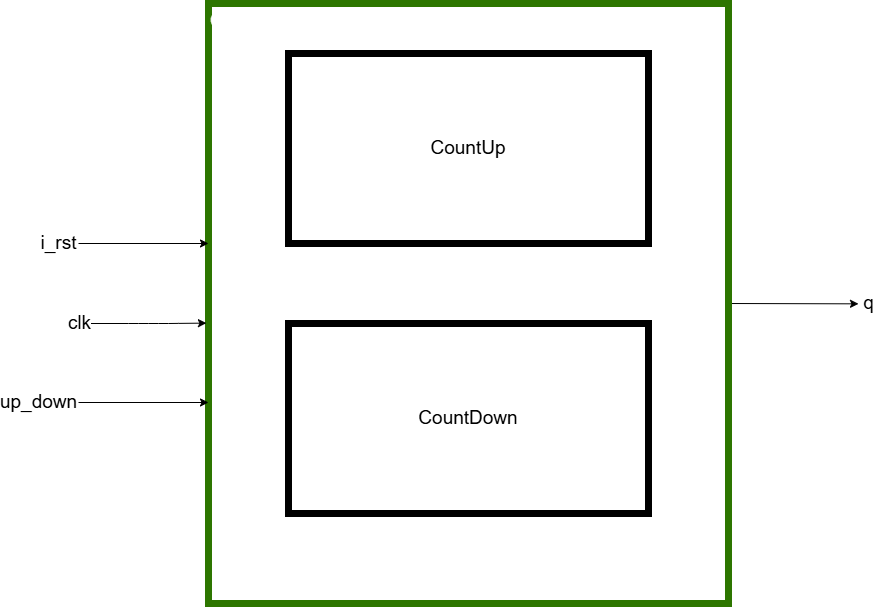
Earlier version of the draw.io export 1/img/架構圖.png (gordonpow/lab_hardware_test). Source tidied: cells renumbered, new cells last; positions are measured from the earlier drawing's top-left corner, leaving out a move shared by most shapes.
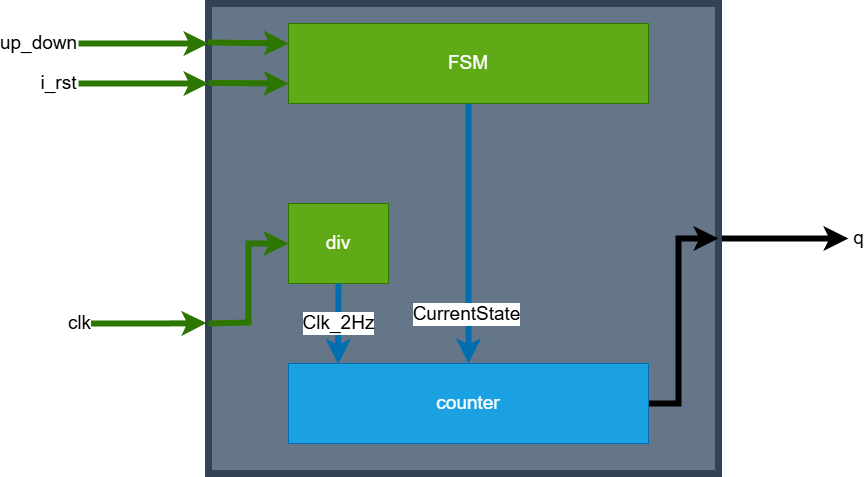
The same file after the commit.

Change to the diagram source:
```diff
@@ -2,25 +2,19 @@
   <root>
     <mxCell id="0" />
     <mxCell id="1" parent="0" />
-    <mxCell id="2" value="q" style="edgeStyle=none;html=1;exitX=1;exitY=0.5;exitDx=0;exitDy=0;fontSize=19;" parent="1" edge="1" source="3">
+    <mxCell id="2" value="q" style="edgeStyle=none;html=1;exitX=1;exitY=0.5;exitDx=0;exitDy=0;fontSize=19;strokeWidth=6;" parent="1" edge="1" source="3">
       <mxGeometry x="1" y="10" relative="1" as="geometry">
-        <mxPoint x="780" y="300.3" as="targetPoint" />
+        <mxPoint x="770" y="235" as="targetPoint" />
         <mxPoint x="10" y="10" as="offset" />
       </mxGeometry>
     </mxCell>
-    <mxCell id="3" value="Counter" style="rounded=0;whiteSpace=wrap;html=1;fillColor=none;fontColor=#ffffff;strokeColor=#2D7600;strokeWidth=7;align=left;horizontal=1;verticalAlign=top;fontSize=19;" parent="1" vertex="1">
-      <mxGeometry x="130" width="520" height="600" as="geometry" />
+    <mxCell id="3" style="rounded=0;whiteSpace=wrap;html=1;fillColor=#647687;strokeColor=#314354;strokeWidth=7;align=left;horizontal=1;verticalAlign=top;fontSize=19;fontColor=#ffffff;" parent="1" vertex="1">
+      <mxGeometry x="130" width="510" height="470" as="geometry" />
     </mxCell>
-    <mxCell id="4" value="CountUp" style="rounded=0;whiteSpace=wrap;html=1;strokeWidth=7;fontSize=19;fillColor=none;" parent="1" vertex="1">
-      <mxGeometry x="210" y="50" width="360" height="190" as="geometry" />
-    </mxCell>
-    <mxCell id="5" value="CountDown" style="rounded=0;whiteSpace=wrap;html=1;strokeWidth=7;fontSize=19;fillColor=none;" parent="1" vertex="1">
-      <mxGeometry x="210" y="320" width="360" height="190" as="geometry" />
-    </mxCell>
-    <mxCell id="6" style="endArrow=classic;html=1;fontSize=19;" parent="1" edge="1">
+    <mxCell id="6" style="endArrow=classic;html=1;fontSize=19;strokeWidth=6;fillColor=#60a917;strokeColor=#2D7600;" parent="1" edge="1">
       <mxGeometry relative="1" as="geometry">
-        <mxPoint y="240" as="sourcePoint" />
-        <mxPoint x="130" y="240" as="targetPoint" />
+        <mxPoint y="80" as="sourcePoint" />
+        <mxPoint x="130" y="80" as="targetPoint" />
       </mxGeometry>
     </mxCell>
     <mxCell id="7" value="i_rst" style="edgeLabel;html=1;align=center;verticalAlign=middle;fontSize=19;" parent="6" vertex="1">
@@ -28,10 +22,10 @@
         <mxPoint x="-106" y="-4" as="offset" />
       </mxGeometry>
     </mxCell>
-    <mxCell id="8" style="endArrow=classic;html=1;fontSize=19;" parent="1" edge="1">
+    <mxCell id="8" style="endArrow=classic;html=1;fontSize=19;strokeWidth=6;fillColor=#60a917;strokeColor=#2D7600;" parent="1" edge="1">
       <mxGeometry relative="1" as="geometry">
-        <mxPoint y="399" as="sourcePoint" />
-        <mxPoint x="130" y="399" as="targetPoint" />
+        <mxPoint y="40" as="sourcePoint" />
+        <mxPoint x="130" y="40" as="targetPoint" />
       </mxGeometry>
     </mxCell>
     <mxCell id="9" value="up_down" style="edgeLabel;html=1;align=center;verticalAlign=middle;fontSize=19;" parent="8" vertex="1">
@@ -39,7 +33,7 @@
         <mxPoint x="-126" y="-4" as="offset" />
       </mxGeometry>
     </mxCell>
-    <mxCell id="10" style="endArrow=classic;html=1;fontSize=19;entryX=-0.004;entryY=0.666;entryDx=0;entryDy=0;entryPerimeter=0;" parent="1" edge="1">
+    <mxCell id="10" style="endArrow=classic;html=1;fontSize=19;entryX=-0.004;entryY=0.666;entryDx=0;entryDy=0;entryPerimeter=0;strokeWidth=6;fillColor=#60a917;strokeColor=#2D7600;" parent="1" edge="1">
       <mxGeometry relative="1" as="geometry">
         <mxPoint x="10" y="320" as="sourcePoint" />
         <mxPoint x="127.9" y="319.6" as="targetPoint" />
@@ -54,5 +48,48 @@
         <mxPoint x="-92" as="offset" />
       </mxGeometry>
     </mxCell>
+    <mxCell id="12" style="edgeStyle=orthogonalEdgeStyle;rounded=0;html=1;exitX=0.5;exitY=1;exitDx=0;exitDy=0;fontSize=19;strokeWidth=6;fillColor=#1ba1e2;strokeColor=#006EAF;" parent="1" edge="1" source="14" target="17">
+      <mxGeometry relative="1" as="geometry" />
+    </mxCell>
+    <mxCell id="13" value="CurrentState" style="edgeLabel;html=1;align=center;verticalAlign=middle;fontSize=19;" parent="12" vertex="1">
+      <mxGeometry x="-0.26" y="-2" relative="1" as="geometry">
+        <mxPoint y="114" as="offset" />
+      </mxGeometry>
+    </mxCell>
+    <mxCell id="14" value="&lt;font style=&quot;font-size: 19px;&quot;&gt;FSM&lt;/font&gt;" style="rounded=0;whiteSpace=wrap;html=1;fillColor=#60a917;fontColor=#ffffff;strokeColor=#2D7600;" parent="1" vertex="1">
+      <mxGeometry x="210" y="20" width="360" height="80" as="geometry" />
+    </mxCell>
+    <mxCell id="15" value="&lt;font style=&quot;font-size: 19px;&quot;&gt;div&lt;/font&gt;" style="rounded=0;whiteSpace=wrap;html=1;fillColor=#60a917;fontColor=#ffffff;strokeColor=#2D7600;" parent="1" vertex="1">
+      <mxGeometry x="210" y="200" width="100" height="80" as="geometry" />
+    </mxCell>
+    <mxCell id="16" style="edgeStyle=orthogonalEdgeStyle;rounded=0;html=1;exitX=1;exitY=0.5;exitDx=0;exitDy=0;entryX=1;entryY=0.5;entryDx=0;entryDy=0;fontSize=19;strokeWidth=6;" parent="1" edge="1" source="17" target="3">
+      <mxGeometry relative="1" as="geometry">
+        <Array as="points">
+          <mxPoint x="600" y="400" />
+          <mxPoint x="600" y="235" />
+        </Array>
+      </mxGeometry>
+    </mxCell>
+    <mxCell id="17" value="&lt;font style=&quot;font-size: 19px;&quot;&gt;counter&lt;/font&gt;" style="rounded=0;whiteSpace=wrap;html=1;fillColor=#1ba1e2;fontColor=#ffffff;strokeColor=#006EAF;" parent="1" vertex="1">
+      <mxGeometry x="210" y="360" width="360" height="80" as="geometry" />
+    </mxCell>
+    <mxCell id="18" style="endArrow=classic;html=1;fontSize=19;entryX=0;entryY=0.5;entryDx=0;entryDy=0;edgeStyle=orthogonalEdgeStyle;rounded=0;strokeWidth=6;fillColor=#60a917;strokeColor=#2D7600;" parent="1" edge="1" target="15">
+      <mxGeometry relative="1" as="geometry">
+        <mxPoint x="130" y="320" as="sourcePoint" />
+        <Array as="points">
+          <mxPoint x="170" y="319" />
+          <mxPoint x="170" y="240" />
+        </Array>
+      </mxGeometry>
+    </mxCell>
+    <mxCell id="19" value="Clk_2Hz" style="endArrow=classic;html=1;rounded=0;fontSize=19;exitX=0.5;exitY=1;exitDx=0;exitDy=0;entryX=0.138;entryY=0.008;entryDx=0;entryDy=0;entryPerimeter=0;strokeWidth=6;fillColor=#1ba1e2;strokeColor=#006EAF;" parent="1" edge="1" source="15" target="17">
+      <mxGeometry relative="1" as="geometry" />
+    </mxCell>
+    <mxCell id="20" style="endArrow=classic;html=1;rounded=0;strokeWidth=6;fontSize=19;exitX=-0.001;exitY=0.083;exitDx=0;exitDy=0;exitPerimeter=0;entryX=0;entryY=0.25;entryDx=0;entryDy=0;fillColor=#60a917;strokeColor=#2D7600;" parent="1" edge="1" source="3" target="14">
+      <mxGeometry relative="1" as="geometry" />
+    </mxCell>
+    <mxCell id="21" style="endArrow=classic;html=1;rounded=0;strokeWidth=6;fontSize=19;exitX=0;exitY=0.169;exitDx=0;exitDy=0;exitPerimeter=0;entryX=0;entryY=0.75;entryDx=0;entryDy=0;fillColor=#60a917;strokeColor=#2D7600;" parent="1" edge="1" source="3" target="14">
+      <mxGeometry relative="1" as="geometry" />
+    </mxCell>
   </root>
 </mxGraphModel>
```
